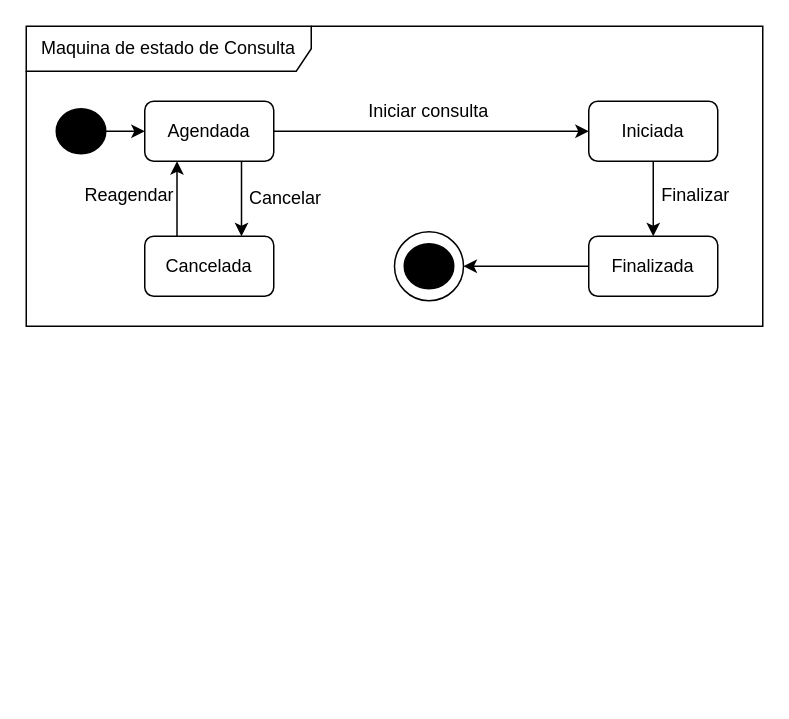
Above: maquina-de-estado.drawio in brenojsilva/diagramas-es-1 (draw.io), before the change. Source tidied: cells renumbered, new cells numbered last; positions are measured from the earlier drawing's top-left corner, leaving out a move shared by most shapes. Both pictures are drawn from the tidied source at 150%, with x=0, y=0 at pixel (26, 26).
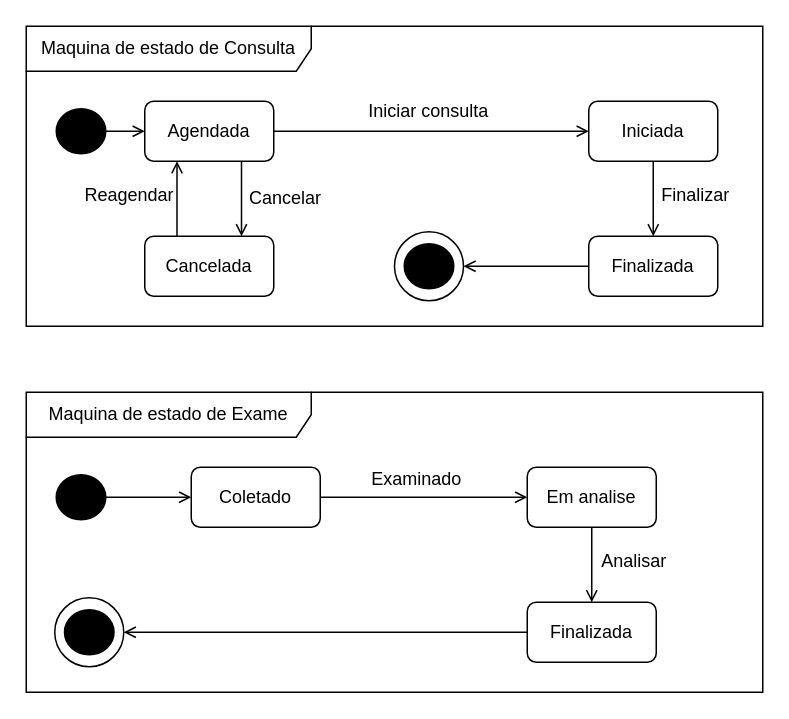
The same page after the edit.

The change refers to these unchanged cells:
```xml
<mxCell id="5" value="Agendada" style="rounded=1;whiteSpace=wrap;html=1;" parent="1" vertex="1">
  <mxGeometry x="79" y="50" width="86" height="40" as="geometry" />
</mxCell>
<mxCell id="7" value="Iniciada" style="rounded=1;whiteSpace=wrap;html=1;" parent="1" vertex="1">
  <mxGeometry x="375" y="50" width="86" height="40" as="geometry" />
</mxCell>
<mxCell id="9" value="Finalizada" style="rounded=1;whiteSpace=wrap;html=1;" parent="1" vertex="1">
  <mxGeometry x="375" y="140" width="86" height="40" as="geometry" />
</mxCell>
<mxCell id="11" value="Cancelada" style="rounded=1;whiteSpace=wrap;html=1;" parent="1" vertex="1">
  <mxGeometry x="79" y="140" width="86" height="40" as="geometry" />
</mxCell>
<mxCell id="13" style="ellipse;whiteSpace=wrap;html=1;rounded=1;fillColor=#000000;" parent="1" vertex="1">
  <mxGeometry x="20" y="55" width="33" height="30" as="geometry" />
</mxCell>
<mxCell id="18" style="ellipse;whiteSpace=wrap;html=1;rounded=1;fillColor=none;" parent="1" vertex="1">
  <mxGeometry x="245.5" y="137" width="46" height="46" as="geometry" />
</mxCell>
```

Change to the diagram source:
```diff
@@
-    <mxCell id="3" style="edgeStyle=orthogonalEdgeStyle;rounded=0;jettySize=auto;html=1;" parent="1" edge="1" source="5" target="7">
+    <mxCell id="3" style="edgeStyle=orthogonalEdgeStyle;rounded=0;jettySize=auto;html=1;endArrow=open;endFill=0;" parent="1" edge="1" source="5" target="7">
       <mxGeometry relative="1" as="geometry" />
     </mxCell>
-    <mxCell id="4" style="edgeStyle=orthogonalEdgeStyle;rounded=0;jettySize=auto;html=1;entryX=0.75;entryY=0;entryDx=0;entryDy=0;" parent="1" edge="1" source="5" target="11">
+    <mxCell id="4" style="edgeStyle=orthogonalEdgeStyle;rounded=0;jettySize=auto;html=1;entryX=0.75;entryY=0;entryDx=0;entryDy=0;endArrow=open;endFill=0;" parent="1" edge="1" source="5" target="11">
       <mxGeometry relative="1" as="geometry">
         <Array as="points">
           <mxPoint x="144" y="115" />
         </Array>
       </mxGeometry>
     </mxCell>
@@
-    <mxCell id="6" style="edgeStyle=orthogonalEdgeStyle;rounded=0;jettySize=auto;html=1;" parent="1" edge="1" source="7" target="9">
+    <mxCell id="6" style="edgeStyle=orthogonalEdgeStyle;rounded=0;jettySize=auto;html=1;endArrow=open;endFill=0;" parent="1" edge="1" source="7" target="9">
       <mxGeometry relative="1" as="geometry" />
     </mxCell>
@@
-    <mxCell id="8" style="edgeStyle=orthogonalEdgeStyle;rounded=0;jettySize=auto;html=1;entryX=1;entryY=0.5;entryDx=0;entryDy=0;" parent="1" edge="1" source="9" target="18">
+    <mxCell id="8" style="edgeStyle=orthogonalEdgeStyle;rounded=0;jettySize=auto;html=1;entryX=1;entryY=0.5;entryDx=0;entryDy=0;endArrow=open;endFill=0;" parent="1" edge="1" source="9" target="18">
       <mxGeometry relative="1" as="geometry" />
     </mxCell>
@@
-    <mxCell id="10" style="edgeStyle=orthogonalEdgeStyle;rounded=0;jettySize=auto;html=1;entryX=0.25;entryY=1;entryDx=0;entryDy=0;" parent="1" edge="1" source="11" target="5">
+    <mxCell id="10" style="edgeStyle=orthogonalEdgeStyle;rounded=0;jettySize=auto;html=1;entryX=0.25;entryY=1;entryDx=0;entryDy=0;endArrow=open;endFill=0;" parent="1" edge="1" source="11" target="5">
       <mxGeometry relative="1" as="geometry">
         <Array as="points">
           <mxPoint x="101" y="115" />
         </Array>
       </mxGeometry>
     </mxCell>
@@
-    <mxCell id="12" style="edgeStyle=orthogonalEdgeStyle;rounded=0;jettySize=auto;html=1;entryX=0;entryY=0.5;entryDx=0;entryDy=0;" parent="1" edge="1" source="13" target="5">
+    <mxCell id="12" style="edgeStyle=orthogonalEdgeStyle;rounded=0;jettySize=auto;html=1;entryX=0;entryY=0.5;entryDx=0;entryDy=0;endArrow=open;endFill=0;" parent="1" edge="1" source="13" target="5">
       <mxGeometry relative="1" as="geometry" />
     </mxCell>
@@
+    <mxCell id="20" value="Maquina de estado de Exame" style="shape=umlFrame;whiteSpace=wrap;html=1;width=190;height=30;" parent="1" vertex="1">
+      <mxGeometry y="244" width="491" height="200" as="geometry" />
+    </mxCell>
+    <mxCell id="21" style="edgeStyle=orthogonalEdgeStyle;rounded=0;jettySize=auto;html=1;endArrow=open;endFill=0;" parent="1" edge="1" source="22" target="24">
+      <mxGeometry relative="1" as="geometry" />
+    </mxCell>
+    <mxCell id="22" value="Coletado" style="rounded=1;whiteSpace=wrap;html=1;" parent="1" vertex="1">
+      <mxGeometry x="110" y="294" width="86" height="40" as="geometry" />
+    </mxCell>
+    <mxCell id="23" style="edgeStyle=orthogonalEdgeStyle;rounded=0;jettySize=auto;html=1;endArrow=open;endFill=0;" parent="1" edge="1" source="24" target="26">
+      <mxGeometry relative="1" as="geometry" />
+    </mxCell>
+    <mxCell id="24" value="Em analise" style="rounded=1;whiteSpace=wrap;html=1;" parent="1" vertex="1">
+      <mxGeometry x="334" y="294" width="86" height="40" as="geometry" />
+    </mxCell>
+    <mxCell id="25" style="edgeStyle=orthogonalEdgeStyle;rounded=0;jettySize=auto;html=1;entryX=1;entryY=0.5;entryDx=0;entryDy=0;endArrow=open;endFill=0;" parent="1" edge="1" source="26" target="32">
+      <mxGeometry relative="1" as="geometry" />
+    </mxCell>
+    <mxCell id="26" value="Finalizada" style="rounded=1;whiteSpace=wrap;html=1;" parent="1" vertex="1">
+      <mxGeometry x="334" y="384" width="86" height="40" as="geometry" />
+    </mxCell>
+    <mxCell id="27" style="edgeStyle=orthogonalEdgeStyle;rounded=0;jettySize=auto;html=1;entryX=0;entryY=0.5;entryDx=0;entryDy=0;endArrow=open;endFill=0;" parent="1" edge="1" source="28" target="22">
+      <mxGeometry relative="1" as="geometry" />
+    </mxCell>
+    <mxCell id="28" style="ellipse;whiteSpace=wrap;html=1;rounded=1;fillColor=#000000;" parent="1" vertex="1">
+      <mxGeometry x="20" y="299" width="33" height="30" as="geometry" />
+    </mxCell>
+    <mxCell id="29" value="Examinado" style="text;html=1;strokeColor=none;fillColor=none;align=center;verticalAlign=middle;whiteSpace=wrap;rounded=0;" parent="1" vertex="1">
+      <mxGeometry x="201" y="292" width="118.5" height="20" as="geometry" />
+    </mxCell>
+    <mxCell id="30" value="Analisar" style="text;html=1;strokeColor=none;fillColor=none;align=center;verticalAlign=middle;whiteSpace=wrap;rounded=0;" parent="1" vertex="1">
+      <mxGeometry x="375" y="347" width="61" height="20" as="geometry" />
+    </mxCell>
+    <mxCell id="31" style="group;" parent="1" vertex="1">
+      <mxGeometry x="19" y="381" width="46" height="46" as="geometry" />
+    </mxCell>
+    <mxCell id="32" style="ellipse;whiteSpace=wrap;html=1;rounded=1;fillColor=none;" parent="31" vertex="1">
+      <mxGeometry width="46" height="46" as="geometry" />
+    </mxCell>
+    <mxCell id="33" style="ellipse;whiteSpace=wrap;html=1;rounded=1;fillColor=#000000;" parent="31" vertex="1">
+      <mxGeometry x="6.5" y="8" width="33" height="30" as="geometry" />
+    </mxCell>
```
